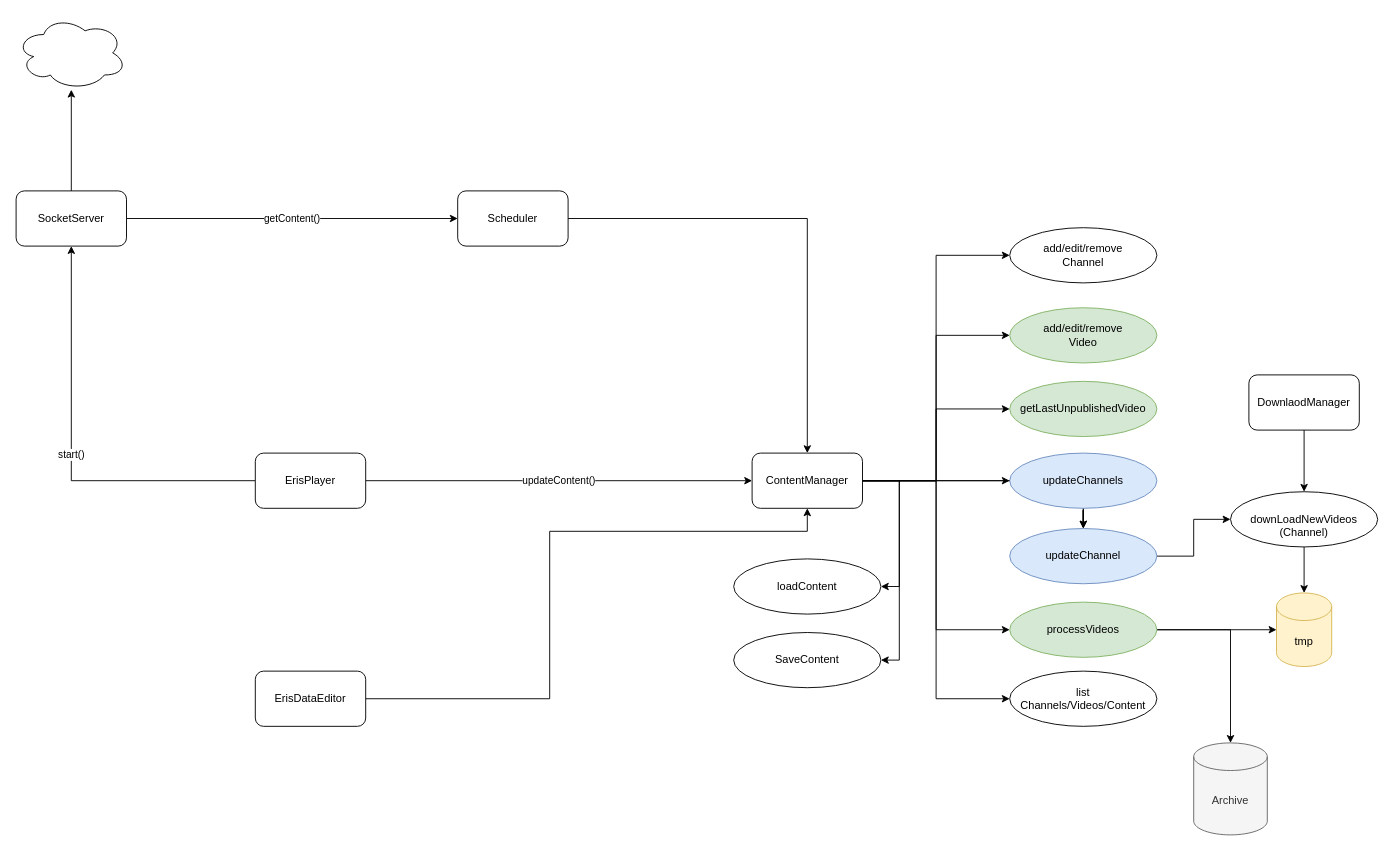
Earlier version of the draw.io diagram page "Java" (3 of 6) of ErisPlayer_Documentation.drawio (Eris-Television/Eris-Player). Source tidied: cells renumbered, new cells numbered last; positions are measured from the earlier drawing's top-left corner, leaving out a move shared by most shapes. Both pictures are drawn from the tidied source at 92%, with x=0, y=0 at pixel (16, 16).
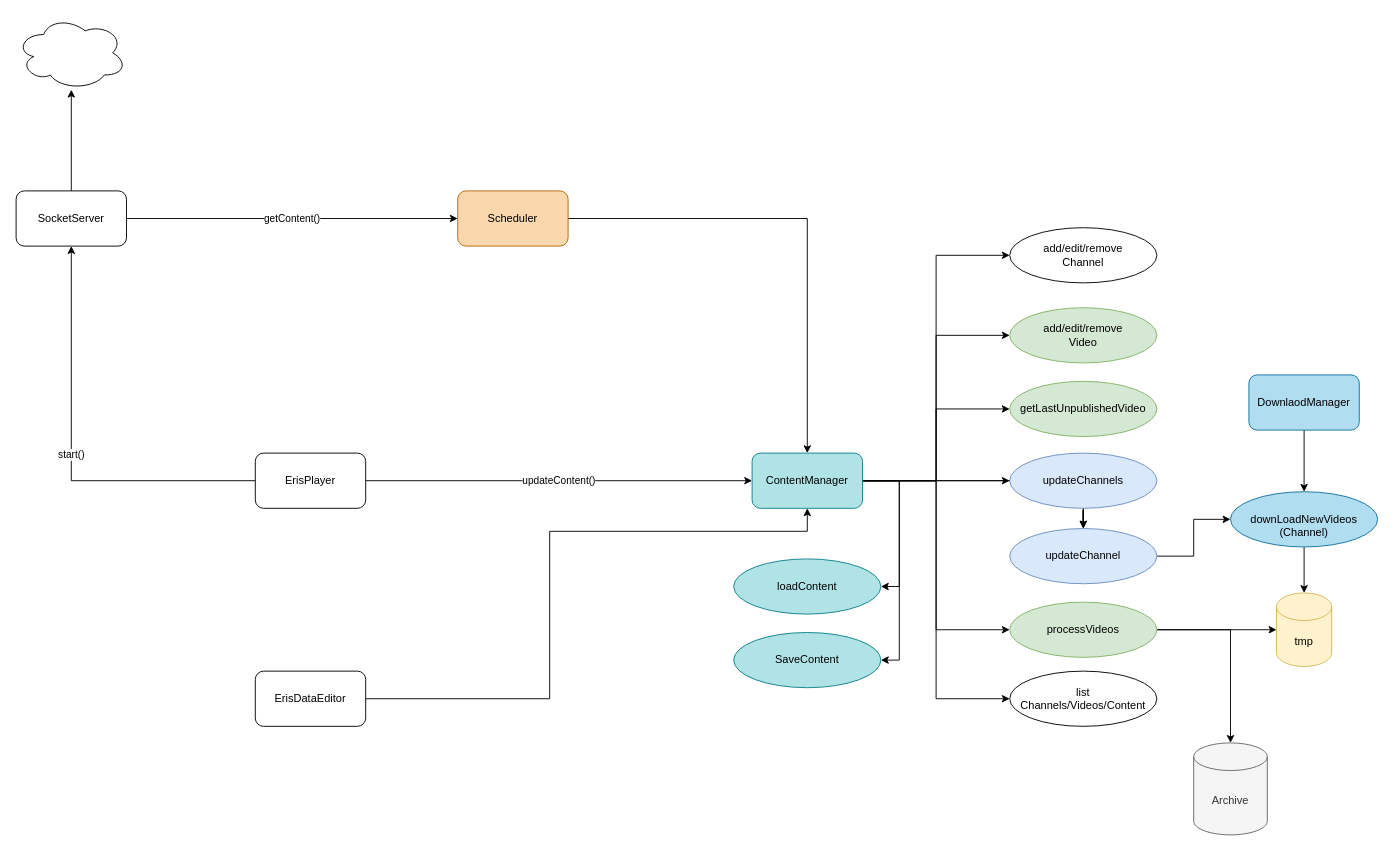
The same diagram, later.

The edit, as a diff of the source:
```diff
@@
-    <mxCell id="3" value="DownlaodManager" style="rounded=1;whiteSpace=wrap;html=1;" parent="1" vertex="1">
+    <mxCell id="3" value="DownlaodManager" style="rounded=1;whiteSpace=wrap;html=1;fillColor=#b1ddf0;strokeColor=#10739e;" parent="1" vertex="1">
       <mxGeometry x="1340" y="390" width="120" height="60" as="geometry" />
     </mxCell>
@@
-    <mxCell id="5" value="&lt;br&gt;downLoadNewVideos&lt;br&gt;(Channel)" style="ellipse;whiteSpace=wrap;html=1;" parent="1" vertex="1">
+    <mxCell id="5" value="&lt;br&gt;downLoadNewVideos&lt;br&gt;(Channel)" style="ellipse;whiteSpace=wrap;html=1;fillColor=#b1ddf0;strokeColor=#10739e;" parent="1" vertex="1">
       <mxGeometry x="1320" y="517" width="160" height="60" as="geometry" />
     </mxCell>
@@
-    <mxCell id="15" value="ContentManager" style="rounded=1;whiteSpace=wrap;html=1;" parent="1" vertex="1">
+    <mxCell id="15" value="ContentManager" style="rounded=1;whiteSpace=wrap;html=1;fillColor=#b0e3e6;strokeColor=#0e8088;" parent="1" vertex="1">
       <mxGeometry x="800" y="475" width="120" height="60" as="geometry" />
     </mxCell>
-    <mxCell id="16" value="loadContent" style="ellipse;whiteSpace=wrap;html=1;" parent="1" vertex="1">
+    <mxCell id="16" value="loadContent" style="ellipse;whiteSpace=wrap;html=1;fillColor=#b0e3e6;strokeColor=#0e8088;" parent="1" vertex="1">
       <mxGeometry x="780" y="590" width="160" height="60" as="geometry" />
     </mxCell>
-    <mxCell id="17" value="SaveContent" style="ellipse;whiteSpace=wrap;html=1;" parent="1" vertex="1">
+    <mxCell id="17" value="SaveContent" style="ellipse;whiteSpace=wrap;html=1;fillColor=#b0e3e6;strokeColor=#0e8088;" parent="1" vertex="1">
       <mxGeometry x="780" y="670" width="160" height="60" as="geometry" />
     </mxCell>
@@
-    <mxCell id="29" value="Scheduler" style="rounded=1;whiteSpace=wrap;html=1;" parent="1" vertex="1">
+    <mxCell id="29" value="Scheduler" style="rounded=1;whiteSpace=wrap;html=1;fillColor=#fad7ac;strokeColor=#b46504;" parent="1" vertex="1">
       <mxGeometry x="480" y="190" width="120" height="60" as="geometry" />
     </mxCell>
```
